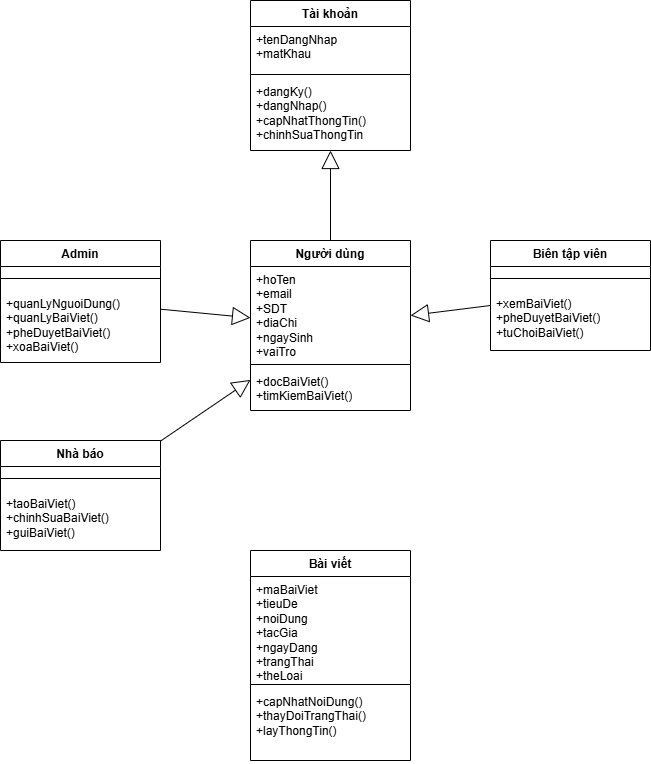
The draw.io diagram BieuDoLop.drawio.png in Thaiduonng/PTTKHT, before a commit. Source tidied: cells renumbered, new cells last; positions are measured from the earlier drawing's top-left corner, leaving out a move shared by most shapes.
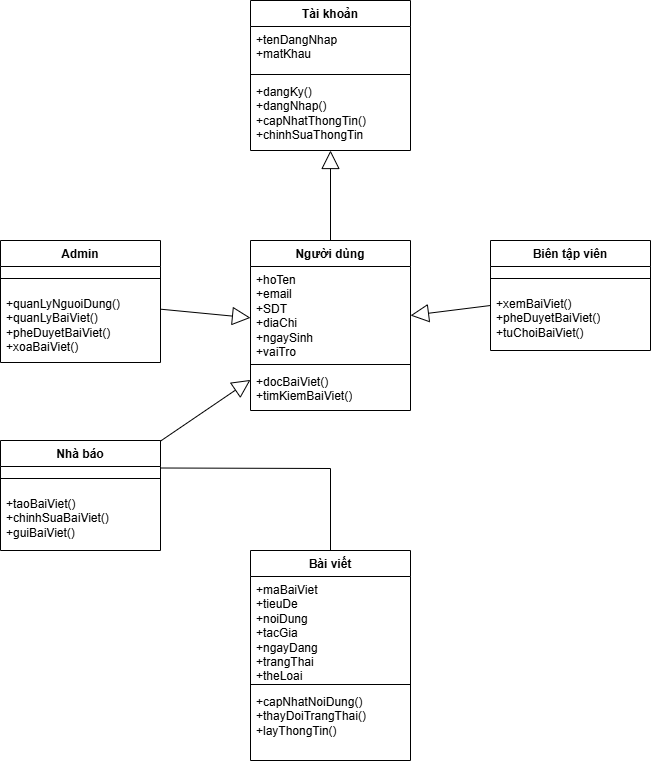
Later version of the same file.

Change to the diagram source:
```diff
@@ -77,5 +77,12 @@
     <mxCell id="26" style="endArrow=block;endSize=16;endFill=0;html=1;rounded=0;" parent="1" edge="1" source="5" target="19">
       <mxGeometry relative="1" as="geometry" />
     </mxCell>
+    <mxCell id="27" style="endArrow=none;html=1;rounded=0;exitX=1;exitY=0.25;exitDx=0;exitDy=0;" parent="1" edge="1" source="9" target="15">
+      <mxGeometry relative="1" as="geometry">
+        <Array as="points">
+          <mxPoint x="330" y="468" />
+        </Array>
+      </mxGeometry>
+    </mxCell>
   </root>
 </mxGraphModel>
```
